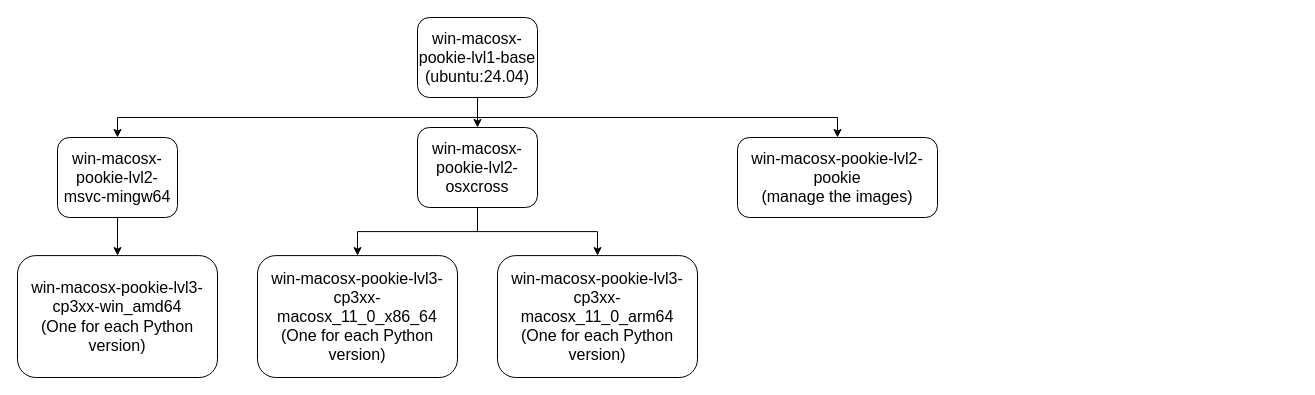
andreslilloortiz/pookie keeps this draw.io diagram as page "win-macosx-pookie" (3 of 3) of images/Docker_layer_graph.drawio. Above is the earlier version. Source tidied: cells renumbered, new cells numbered last; positions are measured from the earlier drawing's top-left corner, leaving out a move shared by most shapes. Both pictures are drawn from the tidied source at 100%, with x=0, y=0 at pixel (17, 17).
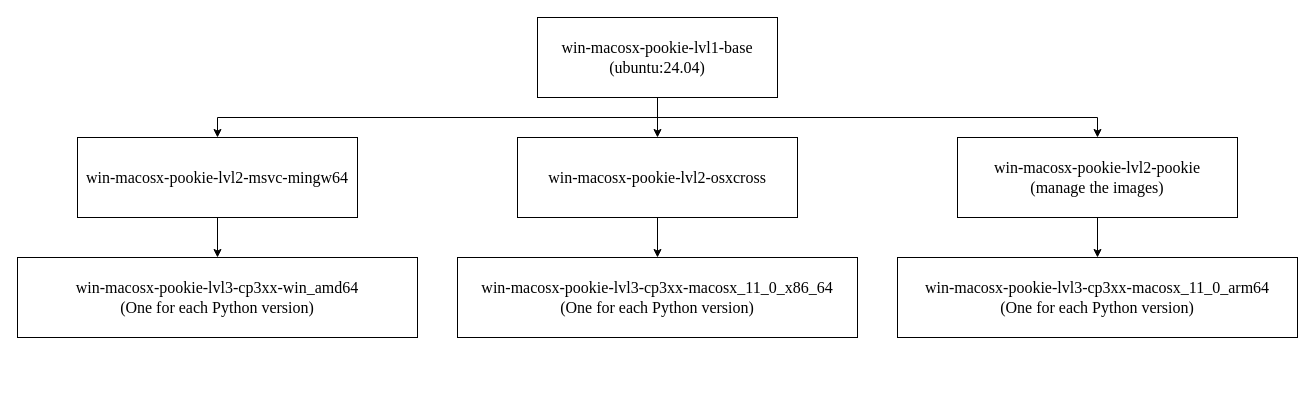
After the change.

What changed in the source:
```diff
@@
 <mxGraphModel>
   <root>
     <mxCell id="0" />
     <mxCell id="1" parent="0" />
-    <mxCell id="2" style="edgeStyle=orthogonalEdgeStyle;rounded=0;jettySize=auto;html=1;exitX=0.5;exitY=1;exitDx=0;exitDy=0;entryX=0.5;entryY=0;entryDx=0;entryDy=0;fontSize=16;fontColor=default;" parent="1" edge="1" source="5" target="6">
+    <mxCell id="2" style="edgeStyle=orthogonalEdgeStyle;rounded=0;jettySize=auto;html=1;exitX=0.5;exitY=1;exitDx=0;exitDy=0;entryX=0.5;entryY=0;entryDx=0;entryDy=0;fontSize=16;fontColor=default;fontFamily=Times New Roman;" parent="1" edge="1" source="5" target="6">
       <mxGeometry relative="1" as="geometry" />
     </mxCell>
-    <mxCell id="3" style="edgeStyle=orthogonalEdgeStyle;rounded=0;jettySize=auto;html=1;exitX=0.5;exitY=1;exitDx=0;exitDy=0;fontSize=16;fontColor=default;" parent="1" edge="1" source="5" target="8">
+    <mxCell id="3" style="edgeStyle=orthogonalEdgeStyle;rounded=0;jettySize=auto;html=1;exitX=0.5;exitY=1;exitDx=0;exitDy=0;fontSize=16;fontColor=default;fontFamily=Times New Roman;" parent="1" edge="1" source="5" target="8">
       <mxGeometry relative="1" as="geometry" />
     </mxCell>
-    <mxCell id="4" style="edgeStyle=orthogonalEdgeStyle;rounded=0;jettySize=auto;html=1;exitX=0.5;exitY=1;exitDx=0;exitDy=0;fontSize=16;fontColor=default;" parent="1" edge="1" source="5" target="11">
+    <mxCell id="4" style="edgeStyle=orthogonalEdgeStyle;rounded=0;jettySize=auto;html=1;exitX=0.5;exitY=1;exitDx=0;exitDy=0;fontSize=16;fontColor=default;fontFamily=Times New Roman;" parent="1" edge="1" source="5" target="11">
       <mxGeometry relative="1" as="geometry" />
     </mxCell>
-    <mxCell id="5" value="&lt;div&gt;&lt;font&gt;win-macosx-pookie-lvl1-base&lt;/font&gt;&lt;/div&gt;&lt;font&gt;(ubuntu:24.04)&lt;/font&gt;" style="rounded=1;whiteSpace=wrap;html=1;fontSize=16;fontColor=default;" parent="1" vertex="1">
-      <mxGeometry x="400" width="120" height="80" as="geometry" />
+    <mxCell id="5" value="&lt;div&gt;&lt;font&gt;win-macosx-pookie-lvl1-base&lt;/font&gt;&lt;/div&gt;&lt;font&gt;(ubuntu:24.04)&lt;/font&gt;" style="rounded=0;whiteSpace=wrap;html=1;fontSize=16;fontColor=default;fontFamily=Times New Roman;" parent="1" vertex="1">
+      <mxGeometry x="520" width="240" height="80" as="geometry" />
     </mxCell>
-    <mxCell id="6" value="&lt;font&gt;&lt;span style=&quot;&quot;&gt;win-macosx-pookie-lvl2-&lt;/span&gt;pookie&lt;/font&gt;&lt;div&gt;&lt;font&gt;(manage the images)&lt;/font&gt;&lt;/div&gt;" style="rounded=1;whiteSpace=wrap;html=1;strokeColor=default;fontSize=16;fontColor=default;" parent="1" vertex="1">
-      <mxGeometry x="720" y="120" width="200" height="80" as="geometry" />
+    <mxCell id="6" value="&lt;font&gt;&lt;span style=&quot;&quot;&gt;win-macosx-pookie-lvl2-&lt;/span&gt;pookie&lt;/font&gt;&lt;div&gt;&lt;font&gt;(manage the images)&lt;/font&gt;&lt;/div&gt;" style="rounded=0;whiteSpace=wrap;html=1;strokeColor=default;fontSize=16;fontColor=default;fontFamily=Times New Roman;" parent="1" vertex="1">
+      <mxGeometry x="940" y="120" width="280" height="80" as="geometry" />
     </mxCell>
-    <mxCell id="7" style="edgeStyle=orthogonalEdgeStyle;rounded=0;jettySize=auto;html=1;exitX=0.5;exitY=1;exitDx=0;exitDy=0;entryX=0.5;entryY=0;entryDx=0;entryDy=0;fontSize=16;fontColor=default;" parent="1" edge="1" source="8" target="9">
+    <mxCell id="7" style="edgeStyle=orthogonalEdgeStyle;rounded=0;jettySize=auto;html=1;exitX=0.5;exitY=1;exitDx=0;exitDy=0;entryX=0.5;entryY=0;entryDx=0;entryDy=0;fontSize=16;fontColor=default;fontFamily=Times New Roman;" parent="1" edge="1" source="8" target="9">
       <mxGeometry relative="1" as="geometry" />
     </mxCell>
-    <mxCell id="8" value="win&lt;span style=&quot;&quot;&gt;-macosx-pookie-lvl2-msvc-mingw64&lt;/span&gt;" style="rounded=1;whiteSpace=wrap;html=1;fontSize=16;fontColor=default;" parent="1" vertex="1">
-      <mxGeometry x="40" y="120" width="120" height="80" as="geometry" />
+    <mxCell id="8" value="win&lt;span style=&quot;&quot;&gt;-macosx-pookie-lvl2-msvc-mingw64&lt;/span&gt;" style="rounded=0;whiteSpace=wrap;html=1;fontSize=16;fontColor=default;fontFamily=Times New Roman;" parent="1" vertex="1">
+      <mxGeometry x="60" y="120" width="280" height="80" as="geometry" />
     </mxCell>
-    <mxCell id="9" value="&lt;font&gt;&lt;span style=&quot;background-color: transparent;&quot;&gt;win-macosx-pookie&lt;/span&gt;&lt;span style=&quot;&quot;&gt;-&lt;/span&gt;&lt;span style=&quot;&quot;&gt;lvl3&lt;/span&gt;&lt;span style=&quot;&quot;&gt;-&lt;/span&gt;&lt;span style=&quot;&quot;&gt;cp3xx-win_amd64&lt;/span&gt;&lt;br&gt;&lt;span style=&quot;&quot;&gt;(One for each Python version)&lt;/span&gt;&lt;/font&gt;" style="rounded=1;whiteSpace=wrap;html=1;fontSize=16;fontColor=default;" parent="1" vertex="1">
-      <mxGeometry y="238.1" width="200" height="121.9" as="geometry" />
+    <mxCell id="9" value="&lt;font&gt;&lt;span style=&quot;background-color: transparent;&quot;&gt;win-macosx-pookie&lt;/span&gt;&lt;span style=&quot;&quot;&gt;-&lt;/span&gt;&lt;span style=&quot;&quot;&gt;lvl3&lt;/span&gt;&lt;span style=&quot;&quot;&gt;-&lt;/span&gt;&lt;span style=&quot;&quot;&gt;cp3xx-win_amd64&lt;/span&gt;&lt;br&gt;&lt;span style=&quot;&quot;&gt;(One for each Python version)&lt;/span&gt;&lt;/font&gt;" style="rounded=0;whiteSpace=wrap;html=1;fontSize=16;fontColor=default;fontFamily=Times New Roman;" parent="1" vertex="1">
+      <mxGeometry y="240" width="400" height="80" as="geometry" />
     </mxCell>
-    <mxCell id="10" style="edgeStyle=orthogonalEdgeStyle;rounded=0;jettySize=auto;html=1;exitX=0.5;exitY=1;exitDx=0;exitDy=0;entryX=0.5;entryY=0;entryDx=0;entryDy=0;fontSize=16;fontColor=default;" parent="1" edge="1" source="11" target="12">
+    <mxCell id="10" style="edgeStyle=orthogonalEdgeStyle;rounded=0;jettySize=auto;html=1;exitX=0.5;exitY=1;exitDx=0;exitDy=0;entryX=0.5;entryY=0;entryDx=0;entryDy=0;fontSize=16;fontColor=default;fontFamily=Times New Roman;" parent="1" edge="1" source="11" target="12">
       <mxGeometry relative="1" as="geometry" />
     </mxCell>
-    <mxCell id="11" value="&lt;font&gt;&lt;span style=&quot;&quot;&gt;win-macosx-pookie-lvl2-&lt;/span&gt;osxcross&lt;/font&gt;" style="rounded=1;whiteSpace=wrap;html=1;fontSize=16;fontColor=default;" parent="1" vertex="1">
-      <mxGeometry x="400" y="110" width="120" height="80" as="geometry" />
+    <mxCell id="11" value="&lt;font&gt;&lt;span style=&quot;&quot;&gt;win-macosx-pookie-lvl2-&lt;/span&gt;osxcross&lt;/font&gt;" style="rounded=0;whiteSpace=wrap;html=1;fontSize=16;fontColor=default;fontFamily=Times New Roman;" parent="1" vertex="1">
+      <mxGeometry x="500" y="120" width="280" height="80" as="geometry" />
     </mxCell>
-    <mxCell id="12" value="&lt;span style=&quot;&quot;&gt;&lt;span style=&quot;&quot;&gt;win-macosx-pookie&lt;/span&gt;-&lt;/span&gt;&lt;span style=&quot;&quot;&gt;lvl3&lt;/span&gt;&lt;span style=&quot;&quot;&gt;-&lt;/span&gt;&lt;span style=&quot;&quot;&gt;cp3xx-macosx_11_0_x86_64&lt;/span&gt;&lt;br style=&quot;&quot;&gt;&lt;span style=&quot;&quot;&gt;(One for each Python version)&lt;/span&gt;" style="rounded=1;whiteSpace=wrap;html=1;fontSize=16;fontColor=default;" parent="1" vertex="1">
-      <mxGeometry x="240" y="238.1" width="200" height="121.9" as="geometry" />
+    <mxCell id="12" value="&lt;span style=&quot;&quot;&gt;&lt;span style=&quot;&quot;&gt;win-macosx-pookie&lt;/span&gt;-&lt;/span&gt;&lt;span style=&quot;&quot;&gt;lvl3&lt;/span&gt;&lt;span style=&quot;&quot;&gt;-&lt;/span&gt;&lt;span style=&quot;&quot;&gt;cp3xx-macosx_11_0_x86_64&lt;/span&gt;&lt;br style=&quot;&quot;&gt;&lt;span style=&quot;&quot;&gt;(One for each Python version)&lt;/span&gt;" style="rounded=0;whiteSpace=wrap;html=1;fontSize=16;fontColor=default;fontFamily=Times New Roman;" parent="1" vertex="1">
+      <mxGeometry x="440" y="240" width="400" height="80" as="geometry" />
     </mxCell>
-    <mxCell id="13" value="&lt;span style=&quot;&quot;&gt;&lt;span style=&quot;&quot;&gt;win-macosx-pookie&lt;/span&gt;-&lt;/span&gt;&lt;span style=&quot;&quot;&gt;lvl3&lt;/span&gt;&lt;span style=&quot;&quot;&gt;-&lt;/span&gt;&lt;span style=&quot;&quot;&gt;cp3xx-macosx_11_0_arm64&lt;/span&gt;&lt;br style=&quot;&quot;&gt;&lt;span style=&quot;&quot;&gt;(One for each Python version)&lt;/span&gt;" style="rounded=1;whiteSpace=wrap;html=1;fontSize=16;fontColor=default;" parent="1" vertex="1">
-      <mxGeometry x="480" y="238.1" width="200" height="121.9" as="geometry" />
+    <mxCell id="13" value="&lt;span style=&quot;&quot;&gt;&lt;span style=&quot;&quot;&gt;win-macosx-pookie&lt;/span&gt;-&lt;/span&gt;&lt;span style=&quot;&quot;&gt;lvl3&lt;/span&gt;&lt;span style=&quot;&quot;&gt;-&lt;/span&gt;&lt;span style=&quot;&quot;&gt;cp3xx-macosx_11_0_arm64&lt;/span&gt;&lt;br style=&quot;&quot;&gt;&lt;span style=&quot;&quot;&gt;(One for each Python version)&lt;/span&gt;" style="rounded=0;whiteSpace=wrap;html=1;fontSize=16;fontColor=default;fontFamily=Times New Roman;" parent="1" vertex="1">
+      <mxGeometry x="880" y="240" width="400" height="80" as="geometry" />
     </mxCell>
-    <mxCell id="14" style="edgeStyle=orthogonalEdgeStyle;rounded=0;jettySize=auto;html=1;exitX=0.5;exitY=1;exitDx=0;exitDy=0;entryX=0.5;entryY=0;entryDx=0;entryDy=0;fontSize=16;fontColor=default;" parent="1" edge="1" source="11" target="13">
+    <mxCell id="14" style="edgeStyle=orthogonalEdgeStyle;rounded=0;jettySize=auto;html=1;entryX=0.5;entryY=0;entryDx=0;entryDy=0;fontSize=16;fontColor=default;exitX=0.5;exitY=1;exitDx=0;exitDy=0;fontFamily=Times New Roman;" parent="1" edge="1" source="6" target="13">
       <mxGeometry relative="1" as="geometry" />
     </mxCell>
   </root>
 </mxGraphModel>
```
